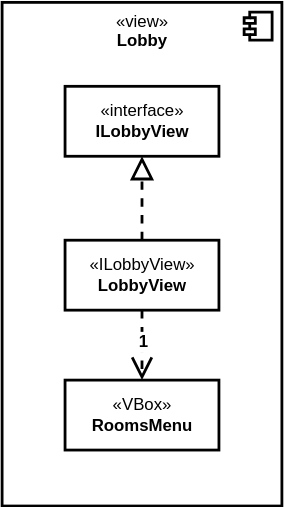
This is docs/application/diagrams/LobbyViewClassDiagram.drawio.svg from HaniAlshikh/tron, a draw.io export, as it was before one commit. Source tidied: cells renumbered, new cells last; positions are measured from the earlier drawing's top-left corner, leaving out a move shared by most shapes.
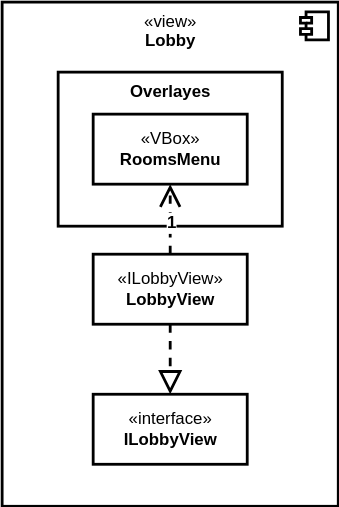
After the commit.

Commit message:
controller class diagrams

Change to the diagram source:
```diff
@@ -3,18 +3,21 @@
     <mxCell id="0" />
     <mxCell id="1" parent="0" />
     <mxCell id="2" value="«view»&lt;b&gt;&lt;br&gt;Lobby&lt;/b&gt;" style="html=1;strokeWidth=2;align=center;verticalAlign=top;" parent="1" vertex="1">
-      <mxGeometry width="200" height="360" as="geometry" />
+      <mxGeometry x="-20" y="190" width="240" height="360" as="geometry" />
     </mxCell>
     <mxCell id="3" style="shape=module;jettyWidth=8;jettyHeight=4;strokeWidth=2;align=center;verticalAlign=middle;" parent="2" vertex="1">
       <mxGeometry x="1" width="20" height="20" relative="1" as="geometry">
         <mxPoint x="-27" y="7" as="offset" />
       </mxGeometry>
     </mxCell>
+    <mxCell id="10" value="&lt;b&gt;Overlayes&lt;/b&gt;" style="html=1;strokeWidth=2;align=center;verticalAlign=top;" parent="1" vertex="1">
+      <mxGeometry x="20" y="240" width="160" height="110" as="geometry" />
+    </mxCell>
     <mxCell id="4" value="«interface»&lt;br&gt;&lt;b&gt;ILobbyView&lt;/b&gt;" style="html=1;strokeWidth=2;" parent="1" vertex="1">
-      <mxGeometry x="45" y="60" width="110" height="50" as="geometry" />
+      <mxGeometry x="45" y="470" width="110" height="50" as="geometry" />
     </mxCell>
     <mxCell id="5" value="«ILobbyView»&lt;br&gt;&lt;b&gt;LobbyView&lt;/b&gt;" style="html=1;strokeWidth=2;" parent="1" vertex="1">
-      <mxGeometry x="45" y="170" width="110" height="50" as="geometry" />
+      <mxGeometry x="45" y="370" width="110" height="50" as="geometry" />
     </mxCell>
     <mxCell id="6" style="endArrow=block;dashed=1;endFill=0;endSize=12;html=1;fontSize=12;strokeWidth=2;" parent="1" edge="1" source="5" target="4">
       <mxGeometry relative="1" as="geometry" />
```
